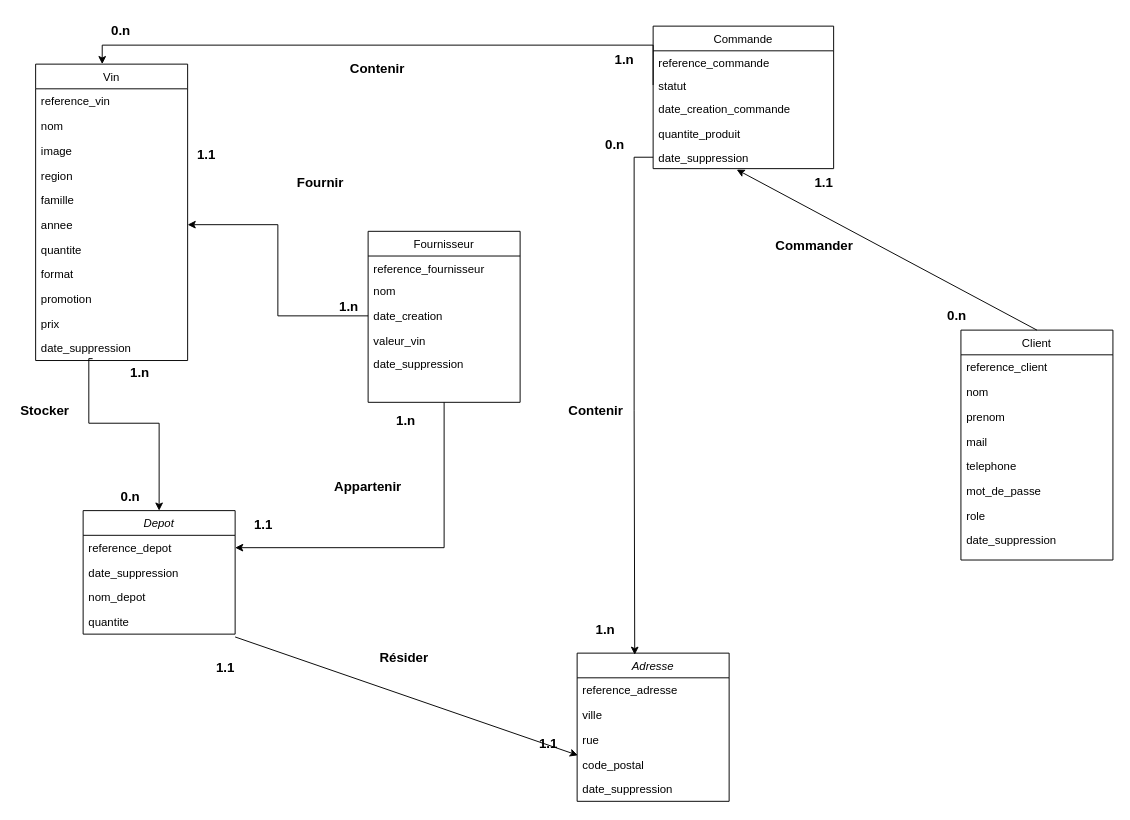
TorayLaTortue/Projet-vin keeps this draw.io diagram as projet-vin-mcd.drawio. Above is the earlier version. Source tidied: cells renumbered, new cells numbered last; positions are measured from the earlier drawing's top-left corner, leaving out a move shared by most shapes. Both pictures are drawn from the tidied source at 95%, with x=0, y=0 at pixel (16, 16).
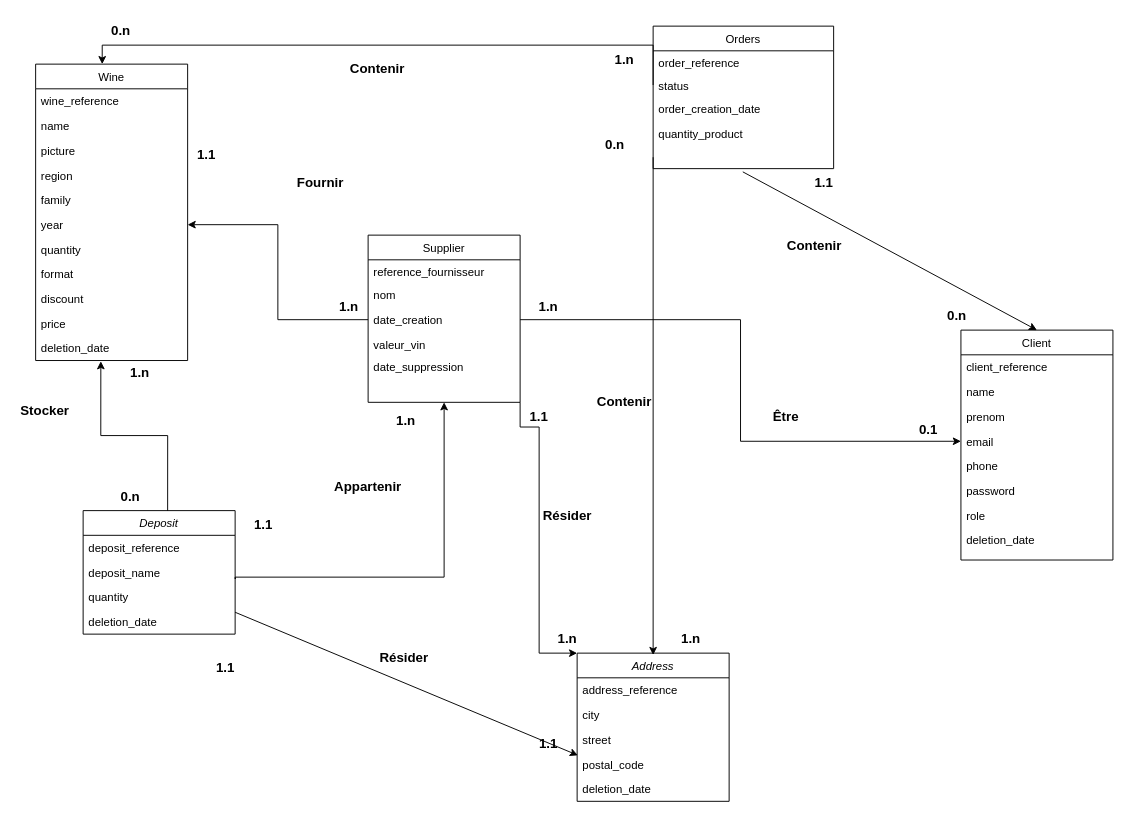
The same diagram, later.

Commit message:
Mettre à jour projet-vin-mcd.drawio

The change refers to these unchanged cells:
```xml
<mxCell id="24" value="date_creation" style="text;align=left;verticalAlign=top;spacingLeft=4;spacingRight=4;overflow=hidden;points=[[0,0.5],[1,0.5]];portConstraint=eastwest;rounded=0;shadow=0;html=0;" parent="21" vertex="1">
  <mxGeometry y="76" width="160" height="26" as="geometry" />
</mxCell>
<mxCell id="27" value="Client" style="swimlane;fontStyle=0;align=center;verticalAlign=top;horizontal=1;startSize=26;rounded=0;shadow=0;strokeWidth=1;" parent="1" vertex="1">
  <mxGeometry x="994" y="330" width="160" height="242" as="geometry" />
</mxCell>
```

The edit, as a diff of the source:
```diff
@@
-    <mxCell id="2" value="Adresse" style="swimlane;fontStyle=2;align=center;verticalAlign=top;horizontal=1;startSize=26;rounded=0;shadow=0;strokeWidth=1;" parent="1" vertex="1">
+    <mxCell id="2" value="Address" style="swimlane;fontStyle=2;align=center;verticalAlign=top;horizontal=1;startSize=26;rounded=0;shadow=0;strokeWidth=1;" parent="1" vertex="1">
       <mxGeometry x="590" y="670" width="160" height="156" as="geometry" />
     </mxCell>
-    <mxCell id="3" value="reference_adresse" style="text;align=left;verticalAlign=top;spacingLeft=4;spacingRight=4;overflow=hidden;rounded=0;shadow=0;html=0;" parent="2" vertex="1">
+    <mxCell id="3" value="address_reference" style="text;align=left;verticalAlign=top;spacingLeft=4;spacingRight=4;overflow=hidden;rounded=0;shadow=0;html=0;" parent="2" vertex="1">
       <mxGeometry y="26" width="160" height="26" as="geometry" />
     </mxCell>
-    <mxCell id="4" value="ville" style="text;align=left;verticalAlign=top;spacingLeft=4;spacingRight=4;overflow=hidden;" parent="2" vertex="1">
+    <mxCell id="4" value="city" style="text;align=left;verticalAlign=top;spacingLeft=4;spacingRight=4;overflow=hidden;" parent="2" vertex="1">
       <mxGeometry y="52" width="160" height="26" as="geometry" />
     </mxCell>
-    <mxCell id="5" value="rue" style="text;align=left;verticalAlign=top;spacingLeft=4;spacingRight=4;overflow=hidden;rounded=0;shadow=0;html=0;" parent="2" vertex="1">
+    <mxCell id="5" value="street" style="text;align=left;verticalAlign=top;spacingLeft=4;spacingRight=4;overflow=hidden;rounded=0;shadow=0;html=0;" parent="2" vertex="1">
       <mxGeometry y="78" width="160" height="26" as="geometry" />
     </mxCell>
-    <mxCell id="6" value="code_postal" style="text;align=left;verticalAlign=top;spacingLeft=4;spacingRight=4;overflow=hidden;points=[[0,0.5],[1,0.5]];portConstraint=eastwest;rounded=0;shadow=0;html=0;" parent="2" vertex="1">
+    <mxCell id="6" value="postal_code" style="text;align=left;verticalAlign=top;spacingLeft=4;spacingRight=4;overflow=hidden;points=[[0,0.5],[1,0.5]];portConstraint=eastwest;rounded=0;shadow=0;html=0;" parent="2" vertex="1">
       <mxGeometry y="104" width="160" height="26" as="geometry" />
     </mxCell>
-    <mxCell id="7" value="date_suppression" style="text;align=left;verticalAlign=top;spacingLeft=4;spacingRight=4;overflow=hidden;rounded=0;shadow=0;html=0;" parent="2" vertex="1">
+    <mxCell id="7" value="deletion_date" style="text;align=left;verticalAlign=top;spacingLeft=4;spacingRight=4;overflow=hidden;rounded=0;shadow=0;html=0;" parent="2" vertex="1">
       <mxGeometry y="130" width="160" height="26" as="geometry" />
     </mxCell>
-    <mxCell id="8" value="Vin" style="swimlane;fontStyle=0;align=center;verticalAlign=top;horizontal=1;startSize=26;rounded=0;shadow=0;strokeWidth=1;" parent="1" vertex="1">
+    <mxCell id="8" value="Wine" style="swimlane;fontStyle=0;align=center;verticalAlign=top;horizontal=1;startSize=26;rounded=0;shadow=0;strokeWidth=1;" parent="1" vertex="1">
       <mxGeometry x="20" y="50" width="160" height="312" as="geometry" />
     </mxCell>
-    <mxCell id="9" value="reference_vin" style="text;align=left;verticalAlign=top;spacingLeft=4;spacingRight=4;overflow=hidden;" parent="8" vertex="1">
+    <mxCell id="9" value="wine_reference" style="text;align=left;verticalAlign=top;spacingLeft=4;spacingRight=4;overflow=hidden;" parent="8" vertex="1">
       <mxGeometry y="26" width="160" height="26" as="geometry" />
     </mxCell>
-    <mxCell id="10" value="nom " style="text;align=left;verticalAlign=top;spacingLeft=4;spacingRight=4;overflow=hidden;" parent="8" vertex="1">
+    <mxCell id="10" value="name" style="text;align=left;verticalAlign=top;spacingLeft=4;spacingRight=4;overflow=hidden;" parent="8" vertex="1">
       <mxGeometry y="52" width="160" height="26" as="geometry" />
     </mxCell>
-    <mxCell id="11" value="image" style="text;align=left;verticalAlign=top;spacingLeft=4;spacingRight=4;overflow=hidden;" parent="8" vertex="1">
+    <mxCell id="11" value="picture" style="text;align=left;verticalAlign=top;spacingLeft=4;spacingRight=4;overflow=hidden;" parent="8" vertex="1">
       <mxGeometry y="78" width="160" height="26" as="geometry" />
     </mxCell>
@@
-    <mxCell id="13" value="famille" style="text;align=left;verticalAlign=top;spacingLeft=4;spacingRight=4;overflow=hidden;rounded=0;shadow=0;html=0;" parent="8" vertex="1">
+    <mxCell id="13" value="family" style="text;align=left;verticalAlign=top;spacingLeft=4;spacingRight=4;overflow=hidden;rounded=0;shadow=0;html=0;" parent="8" vertex="1">
       <mxGeometry y="130" width="160" height="26" as="geometry" />
     </mxCell>
-    <mxCell id="14" value="annee" style="text;align=left;verticalAlign=top;spacingLeft=4;spacingRight=4;overflow=hidden;points=[[0,0.5],[1,0.5]];portConstraint=eastwest;rounded=0;shadow=0;html=0;" parent="8" vertex="1">
+    <mxCell id="14" value="year" style="text;align=left;verticalAlign=top;spacingLeft=4;spacingRight=4;overflow=hidden;points=[[0,0.5],[1,0.5]];portConstraint=eastwest;rounded=0;shadow=0;html=0;" parent="8" vertex="1">
       <mxGeometry y="156" width="160" height="26" as="geometry" />
     </mxCell>
-    <mxCell id="15" value="quantite" style="text;align=left;verticalAlign=top;spacingLeft=4;spacingRight=4;overflow=hidden;" parent="8" vertex="1">
+    <mxCell id="15" value="quantity" style="text;align=left;verticalAlign=top;spacingLeft=4;spacingRight=4;overflow=hidden;" parent="8" vertex="1">
       <mxGeometry y="182" width="160" height="26" as="geometry" />
     </mxCell>
@@
-    <mxCell id="17" value="promotion" style="text;align=left;verticalAlign=top;spacingLeft=4;spacingRight=4;overflow=hidden;" parent="8" vertex="1">
+    <mxCell id="17" value="discount" style="text;align=left;verticalAlign=top;spacingLeft=4;spacingRight=4;overflow=hidden;" parent="8" vertex="1">
       <mxGeometry y="234" width="160" height="26" as="geometry" />
     </mxCell>
-    <mxCell id="18" value="prix" style="text;align=left;verticalAlign=top;spacingLeft=4;spacingRight=4;overflow=hidden;" parent="8" vertex="1">
+    <mxCell id="18" value="price" style="text;align=left;verticalAlign=top;spacingLeft=4;spacingRight=4;overflow=hidden;" parent="8" vertex="1">
       <mxGeometry y="260" width="160" height="26" as="geometry" />
     </mxCell>
-    <mxCell id="19" value="date_suppression" style="text;align=left;verticalAlign=top;spacingLeft=4;spacingRight=4;overflow=hidden;points=[[0,0.5],[1,0.5]];portConstraint=eastwest;" parent="8" vertex="1">
+    <mxCell id="19" value="deletion_date" style="text;align=left;verticalAlign=top;spacingLeft=4;spacingRight=4;overflow=hidden;points=[[0,0.5],[1,0.5]];portConstraint=eastwest;" parent="8" vertex="1">
       <mxGeometry y="286" width="160" height="26" as="geometry" />
     </mxCell>
-    <mxCell id="20" style="edgeStyle=orthogonalEdgeStyle;rounded=0;jettySize=auto;html=1;exitX=0.5;exitY=1;exitDx=0;exitDy=0;entryX=1;entryY=0.5;entryDx=0;entryDy=0;" parent="1" edge="1" source="21" target="37">
-      <mxGeometry relative="1" as="geometry" />
+    <mxCell id="20" style="edgeStyle=orthogonalEdgeStyle;rounded=0;jettySize=auto;html=1;entryX=0.5;entryY=1;entryDx=0;entryDy=0;exitX=1.001;exitY=0.713;exitDx=0;exitDy=0;exitPerimeter=0;" parent="1" edge="1" source="39" target="21">
+      <mxGeometry relative="1" as="geometry">
+        <Array as="points">
+          <mxPoint x="230" y="592" />
+          <mxPoint x="230" y="592" />
+          <mxPoint x="230" y="590" />
+          <mxPoint x="450" y="590" />
+        </Array>
+      </mxGeometry>
     </mxCell>
-    <mxCell id="21" value="Fournisseur" style="swimlane;fontStyle=0;align=center;verticalAlign=top;horizontal=1;startSize=26;rounded=0;shadow=0;strokeWidth=1;" parent="1" vertex="1">
-      <mxGeometry x="370" y="226" width="160" height="180" as="geometry" />
+    <mxCell id="21" value="Supplier" style="swimlane;fontStyle=0;align=center;verticalAlign=top;horizontal=1;startSize=26;rounded=0;shadow=0;strokeWidth=1;" parent="1" vertex="1">
+      <mxGeometry x="370" y="230" width="160" height="176" as="geometry" />
     </mxCell>
@@
-    <mxCell id="28" value="reference_client" style="text;align=left;verticalAlign=top;spacingLeft=4;spacingRight=4;overflow=hidden;" parent="27" vertex="1">
+    <mxCell id="28" value="client_reference" style="text;align=left;verticalAlign=top;spacingLeft=4;spacingRight=4;overflow=hidden;" parent="27" vertex="1">
       <mxGeometry y="26" width="160" height="26" as="geometry" />
     </mxCell>
-    <mxCell id="29" value="nom" style="text;align=left;verticalAlign=top;spacingLeft=4;spacingRight=4;overflow=hidden;" parent="27" vertex="1">
+    <mxCell id="29" value="name" style="text;align=left;verticalAlign=top;spacingLeft=4;spacingRight=4;overflow=hidden;" parent="27" vertex="1">
       <mxGeometry y="52" width="160" height="26" as="geometry" />
     </mxCell>
@@
-    <mxCell id="31" value="mail" style="text;align=left;verticalAlign=top;spacingLeft=4;spacingRight=4;overflow=hidden;points=[[0,0.5],[1,0.5]];portConstraint=eastwest;rounded=0;shadow=0;html=0;" parent="27" vertex="1">
+    <mxCell id="31" value="email" style="text;align=left;verticalAlign=top;spacingLeft=4;spacingRight=4;overflow=hidden;points=[[0,0.5],[1,0.5]];portConstraint=eastwest;rounded=0;shadow=0;html=0;" parent="27" vertex="1">
       <mxGeometry y="104" width="160" height="26" as="geometry" />
     </mxCell>
-    <mxCell id="32" value="telephone" style="text;align=left;verticalAlign=top;spacingLeft=4;spacingRight=4;overflow=hidden;rounded=0;shadow=0;html=0;" parent="27" vertex="1">
+    <mxCell id="32" value="phone" style="text;align=left;verticalAlign=top;spacingLeft=4;spacingRight=4;overflow=hidden;rounded=0;shadow=0;html=0;" parent="27" vertex="1">
       <mxGeometry y="130" width="160" height="26" as="geometry" />
     </mxCell>
-    <mxCell id="33" value="mot_de_passe" style="text;align=left;verticalAlign=top;spacingLeft=4;spacingRight=4;overflow=hidden;rounded=0;shadow=0;html=0;" parent="27" vertex="1">
+    <mxCell id="33" value="password" style="text;align=left;verticalAlign=top;spacingLeft=4;spacingRight=4;overflow=hidden;rounded=0;shadow=0;html=0;" parent="27" vertex="1">
       <mxGeometry y="156" width="160" height="26" as="geometry" />
     </mxCell>
@@
-    <mxCell id="35" value="date_suppression" style="text;align=left;verticalAlign=top;spacingLeft=4;spacingRight=4;overflow=hidden;" parent="27" vertex="1">
+    <mxCell id="35" value="deletion_date" style="text;align=left;verticalAlign=top;spacingLeft=4;spacingRight=4;overflow=hidden;" parent="27" vertex="1">
       <mxGeometry y="208" width="160" height="26" as="geometry" />
     </mxCell>
-    <mxCell id="36" value="Depot" style="swimlane;fontStyle=2;align=center;verticalAlign=top;horizontal=1;startSize=26;rounded=0;shadow=0;strokeWidth=1;" parent="1" vertex="1">
+    <mxCell id="36" value="Deposit" style="swimlane;fontStyle=2;align=center;verticalAlign=top;horizontal=1;startSize=26;rounded=0;shadow=0;strokeWidth=1;" parent="1" vertex="1">
       <mxGeometry x="70" y="520" width="160" height="130" as="geometry" />
     </mxCell>
-    <mxCell id="37" value="reference_depot" style="text;align=left;verticalAlign=top;spacingLeft=4;spacingRight=4;overflow=hidden;points=[[0,0.5],[1,0.5]];portConstraint=eastwest;rounded=0;shadow=0;html=0;" parent="36" vertex="1">
+    <mxCell id="37" value="deposit_reference" style="text;align=left;verticalAlign=top;spacingLeft=4;spacingRight=4;overflow=hidden;points=[[0,0.5],[1,0.5]];portConstraint=eastwest;rounded=0;shadow=0;html=0;" parent="36" vertex="1">
       <mxGeometry y="26" width="160" height="26" as="geometry" />
     </mxCell>
-    <mxCell id="38" value="date_suppression" style="text;align=left;verticalAlign=top;spacingLeft=4;spacingRight=4;overflow=hidden;rounded=0;shadow=0;html=0;" parent="36" vertex="1">
-      <mxGeometry y="52" width="160" height="26" as="geometry" />
-    </mxCell>
-    <mxCell id="39" value="nom_depot" style="text;align=left;verticalAlign=top;spacingLeft=4;spacingRight=4;overflow=hidden;points=[[0,0.5],[1,0.5]];portConstraint=eastwest;" parent="36" vertex="1">
-      <mxGeometry y="78" width="160" height="26" as="geometry" />
+    <mxCell id="39" value="deposit_name" style="text;align=left;verticalAlign=top;spacingLeft=4;spacingRight=4;overflow=hidden;points=[[0,0.5],[1,0.5]];portConstraint=eastwest;" parent="36" vertex="1">
+      <mxGeometry y="52" width="160" height="26" as="geometry" />
     </mxCell>
-    <mxCell id="40" value="quantite" style="text;align=left;verticalAlign=top;spacingLeft=4;spacingRight=4;overflow=hidden;points=[[0,0.5],[1,0.5]];portConstraint=eastwest;rounded=0;shadow=0;html=0;" parent="36" vertex="1">
-      <mxGeometry y="104" width="160" height="26" as="geometry" />
+    <mxCell id="40" value="quantity" style="text;align=left;verticalAlign=top;spacingLeft=4;spacingRight=4;overflow=hidden;points=[[0,0.5],[1,0.5]];portConstraint=eastwest;rounded=0;shadow=0;html=0;" parent="36" vertex="1">
+      <mxGeometry y="78" width="160" height="26" as="geometry" />
     </mxCell>
+    <mxCell id="38" value="deletion_date" style="text;align=left;verticalAlign=top;spacingLeft=4;spacingRight=4;overflow=hidden;rounded=0;shadow=0;html=0;" parent="36" vertex="1">
+      <mxGeometry y="104" width="160" height="26" as="geometry" />
+    </mxCell>
-    <mxCell id="41" value="Commande" style="swimlane;fontStyle=0;align=center;verticalAlign=top;horizontal=1;startSize=26;rounded=0;shadow=0;strokeWidth=1;" parent="1" vertex="1">
+    <mxCell id="41" value="Orders" style="swimlane;fontStyle=0;align=center;verticalAlign=top;horizontal=1;startSize=26;rounded=0;shadow=0;strokeWidth=1;" parent="1" vertex="1">
       <mxGeometry x="670" y="10" width="190" height="150" as="geometry" />
     </mxCell>
-    <mxCell id="42" value="reference_commande" style="text;align=left;verticalAlign=top;spacingLeft=4;spacingRight=4;overflow=hidden;" parent="41" vertex="1">
+    <mxCell id="42" value="order_reference" style="text;align=left;verticalAlign=top;spacingLeft=4;spacingRight=4;overflow=hidden;" parent="41" vertex="1">
       <mxGeometry y="26" width="190" height="24" as="geometry" />
     </mxCell>
-    <mxCell id="43" value="statut" style="text;align=left;verticalAlign=top;spacingLeft=4;spacingRight=4;overflow=hidden;points=[[0,0.5],[1,0.5]];portConstraint=eastwest;" parent="41" vertex="1">
+    <mxCell id="43" value="status" style="text;align=left;verticalAlign=top;spacingLeft=4;spacingRight=4;overflow=hidden;points=[[0,0.5],[1,0.5]];portConstraint=eastwest;" parent="41" vertex="1">
       <mxGeometry y="50" width="190" height="24" as="geometry" />
     </mxCell>
-    <mxCell id="44" value="date_creation_commande" style="text;align=left;verticalAlign=top;spacingLeft=4;spacingRight=4;overflow=hidden;" parent="41" vertex="1">
+    <mxCell id="44" value="order_creation_date" style="text;align=left;verticalAlign=top;spacingLeft=4;spacingRight=4;overflow=hidden;" parent="41" vertex="1">
       <mxGeometry y="74" width="190" height="26" as="geometry" />
     </mxCell>
-    <mxCell id="45" value="quantite_produit" style="text;align=left;verticalAlign=top;spacingLeft=4;spacingRight=4;overflow=hidden;rounded=0;shadow=0;html=0;" parent="41" vertex="1">
+    <mxCell id="45" value="quantity_product" style="text;align=left;verticalAlign=top;spacingLeft=4;spacingRight=4;overflow=hidden;rounded=0;shadow=0;html=0;" parent="41" vertex="1">
       <mxGeometry y="100" width="190" height="26" as="geometry" />
     </mxCell>
-    <mxCell id="46" value="date_suppression" style="text;align=left;verticalAlign=top;spacingLeft=4;spacingRight=4;overflow=hidden;points=[[0,0.5],[1,0.5]];portConstraint=eastwest;" parent="41" vertex="1">
-      <mxGeometry y="126" width="190" height="24" as="geometry" />
-    </mxCell>
-    <mxCell id="47" style="endArrow=classic;html=1;rounded=0;exitX=0.5;exitY=0;exitDx=0;exitDy=0;entryX=0.463;entryY=1.042;entryDx=0;entryDy=0;entryPerimeter=0;" parent="1" edge="1" source="27" target="46">
-      <mxGeometry relative="1" as="geometry" />
+    <mxCell id="47" style="endArrow=classic;html=1;rounded=0;exitX=0.497;exitY=1.14;exitDx=0;exitDy=0;exitPerimeter=0;entryX=0.5;entryY=0;entryDx=0;entryDy=0;" parent="1" edge="1" target="27">
+      <mxGeometry relative="1" as="geometry">
+        <mxPoint x="764.4" y="163.4" as="sourcePoint" />
+      </mxGeometry>
     </mxCell>
@@
-    <mxCell id="50" value="&lt;span style=&quot;font-size: 14px;&quot;&gt;&lt;b&gt;Commander&lt;/b&gt;&lt;/span&gt;" style="text;html=1;align=center;verticalAlign=middle;whiteSpace=wrap;rounded=0;" parent="1" vertex="1">
+    <mxCell id="50" value="&lt;span style=&quot;font-size: 14px;&quot;&gt;&lt;b&gt;Contenir&lt;/b&gt;&lt;/span&gt;" style="text;html=1;align=center;verticalAlign=middle;whiteSpace=wrap;rounded=0;" parent="1" vertex="1">
       <mxGeometry x="810" y="226" width="60" height="30" as="geometry" />
     </mxCell>
@@
-    <mxCell id="58" style="edgeStyle=orthogonalEdgeStyle;rounded=0;jettySize=auto;html=1;entryX=0.5;entryY=0;entryDx=0;entryDy=0;" parent="1" edge="1" target="36">
-      <mxGeometry relative="1" as="geometry">
-        <mxPoint x="80" y="360" as="sourcePoint" />
-        <Array as="points">
-          <mxPoint x="76" y="428" />
-          <mxPoint x="150" y="428" />
-        </Array>
-      </mxGeometry>
-    </mxCell>
@@
-    <mxCell id="62" style="edgeStyle=orthogonalEdgeStyle;rounded=0;jettySize=auto;html=1;exitX=0;exitY=0.5;exitDx=0;exitDy=0;entryX=0.379;entryY=0.011;entryDx=0;entryDy=0;entryPerimeter=0;" parent="1" edge="1" source="46" target="2">
-      <mxGeometry relative="1" as="geometry" />
+    <mxCell id="62" style="edgeStyle=orthogonalEdgeStyle;rounded=0;orthogonalLoop=1;jettySize=auto;html=1;exitX=0;exitY=0.5;exitDx=0;exitDy=0;" parent="1" edge="1">
+      <mxGeometry relative="1" as="geometry">
+        <mxPoint x="670" y="148" as="sourcePoint" />
+        <mxPoint x="670" y="672" as="targetPoint" />
+        <Array as="points">
+          <mxPoint x="670" y="672" />
+        </Array>
+      </mxGeometry>
     </mxCell>
@@
     <mxCell id="64" value="&lt;b style=&quot;font-size: 14px;&quot;&gt;Contenir&lt;/b&gt;" style="text;html=1;align=center;verticalAlign=middle;whiteSpace=wrap;rounded=0;" parent="1" vertex="1">
-      <mxGeometry x="580" y="400" width="60" height="30" as="geometry" />
+      <mxGeometry x="610" y="390" width="60" height="30" as="geometry" />
     </mxCell>
     <mxCell id="65" value="&lt;span style=&quot;font-size: 14px;&quot;&gt;&lt;b&gt;1.n&lt;/b&gt;&lt;/span&gt;" style="text;html=1;align=center;verticalAlign=middle;whiteSpace=wrap;rounded=0;" parent="1" vertex="1">
-      <mxGeometry x="590" y="630" width="60" height="30" as="geometry" />
+      <mxGeometry x="680" y="640" width="60" height="30" as="geometry" />
     </mxCell>
@@
+    <mxCell id="74" style="edgeStyle=orthogonalEdgeStyle;rounded=0;jettySize=auto;html=1;entryX=0.429;entryY=1.03;entryDx=0;entryDy=0;exitX=0.556;exitY=0.001;exitDx=0;exitDy=0;entryPerimeter=0;exitPerimeter=0;" parent="1" edge="1" source="36" target="19">
+      <mxGeometry relative="1" as="geometry" />
+    </mxCell>
+    <mxCell id="75" style="edgeStyle=orthogonalEdgeStyle;rounded=0;jettySize=auto;html=1;entryX=0;entryY=0.5;entryDx=0;entryDy=0;exitX=1;exitY=0.5;exitDx=0;exitDy=0;" parent="1" edge="1" source="24" target="31">
+      <mxGeometry relative="1" as="geometry" />
+    </mxCell>
+    <mxCell id="76" value="&lt;b style=&quot;font-size: 14px;&quot;&gt;Être&lt;/b&gt;" style="text;html=1;align=center;verticalAlign=middle;whiteSpace=wrap;rounded=0;" parent="1" vertex="1">
+      <mxGeometry x="780" y="406" width="60" height="30" as="geometry" />
+    </mxCell>
+    <mxCell id="77" value="&lt;span style=&quot;font-size: 14px;&quot;&gt;&lt;b&gt;0.1&lt;/b&gt;&lt;/span&gt;" style="text;html=1;align=center;verticalAlign=middle;whiteSpace=wrap;rounded=0;" parent="1" vertex="1">
+      <mxGeometry x="930" y="420" width="60" height="30" as="geometry" />
+    </mxCell>
+    <mxCell id="78" value="&lt;span style=&quot;font-size: 14px;&quot;&gt;&lt;b&gt;1.n&lt;/b&gt;&lt;/span&gt;" style="text;html=1;align=center;verticalAlign=middle;whiteSpace=wrap;rounded=0;" parent="1" vertex="1">
+      <mxGeometry x="530" y="290" width="60" height="30" as="geometry" />
+    </mxCell>
+    <mxCell id="79" style="edgeStyle=orthogonalEdgeStyle;rounded=0;jettySize=auto;html=1;exitX=1;exitY=1;exitDx=0;exitDy=0;" parent="1" edge="1" source="21" target="2">
+      <mxGeometry relative="1" as="geometry">
+        <Array as="points">
+          <mxPoint x="530" y="432" />
+          <mxPoint x="550" y="432" />
+          <mxPoint x="550" y="670" />
+        </Array>
+      </mxGeometry>
+    </mxCell>
+    <mxCell id="80" value="&lt;b style=&quot;font-size: 14px;&quot;&gt;Résider&lt;/b&gt;" style="text;html=1;align=center;verticalAlign=middle;whiteSpace=wrap;rounded=0;" parent="1" vertex="1">
+      <mxGeometry x="550" y="510" width="60" height="30" as="geometry" />
+    </mxCell>
+    <mxCell id="81" value="&lt;span style=&quot;font-size: 14px;&quot;&gt;&lt;b&gt;1.1&lt;/b&gt;&lt;/span&gt;" style="text;html=1;align=center;verticalAlign=middle;whiteSpace=wrap;rounded=0;" parent="1" vertex="1">
+      <mxGeometry x="520" y="406" width="60" height="30" as="geometry" />
+    </mxCell>
+    <mxCell id="82" value="&lt;span style=&quot;font-size: 14px;&quot;&gt;&lt;b&gt;1.n&lt;/b&gt;&lt;/span&gt;" style="text;html=1;align=center;verticalAlign=middle;whiteSpace=wrap;rounded=0;" parent="1" vertex="1">
+      <mxGeometry x="550" y="640" width="60" height="30" as="geometry" />
+    </mxCell>
```
